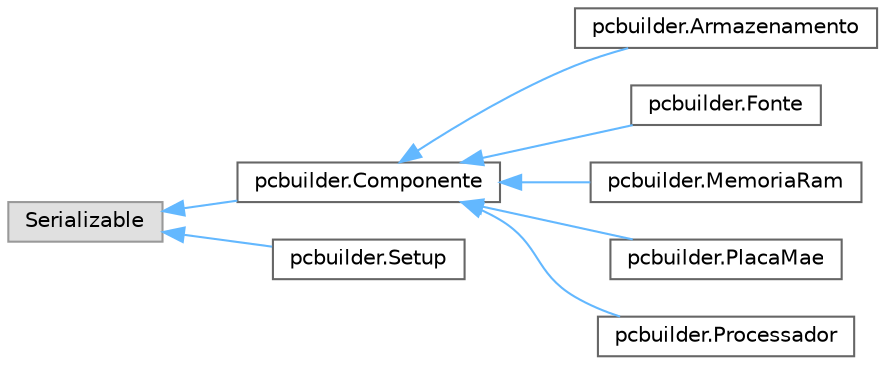
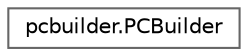
digraph "Graphical Class Hierarchy"
{
 // LATEX_PDF_SIZE
  bgcolor="transparent";
  edge [fontname=Helvetica,fontsize=10,labelfontname=Helvetica,labelfontsize=10];
  node [fontname=Helvetica,fontsize=10,shape=box,height=0.2,width=0.4];
  rankdir="LR";
-   Node0 [id="Node000000",label="Serializable",height=0.2,width=0.4,color="grey60", fillcolor="#E0E0E0", style="filled",tooltip=" "];
-   Node0 -> Node1 [id="edge8_Node000000_Node000001",dir="back",color="steelblue1",style="solid",tooltip=" "];
-   Node1 [id="Node000001",label="pcbuilder.Componente",height=0.2,width=0.4,color="grey40", fillcolor="white", style="filled",URL="$classpcbuilder_1_1Componente.html",tooltip="Classe abstrata base para todos os hardwares do sistema. Centraliza os atributos comuns como marca,..."];
-   Node1 -> Node2 [id="edge9_Node000001_Node000002",dir="back",color="steelblue1",style="solid",tooltip=" "];
-   Node2 [id="Node000002",label="pcbuilder.Armazenamento",height=0.2,width=0.4,color="grey40", fillcolor="white", style="filled",URL="$classpcbuilder_1_1Armazenamento.html",tooltip="Representa as unidades de armazenamento (SSD, NVMe, HDD)."];
-   Node1 -> Node3 [id="edge10_Node000001_Node000003",dir="back",color="steelblue1",style="solid",tooltip=" "];
-   Node3 [id="Node000003",label="pcbuilder.Fonte",height=0.2,width=0.4,color="grey40", fillcolor="white", style="filled",URL="$classpcbuilder_1_1Fonte.html",tooltip="Representa a Fonte de Alimentação (PSU). Fundamental para validar se a potência fornecida é maior que..."];
-   Node1 -> Node4 [id="edge11_Node000001_Node000004",dir="back",color="steelblue1",style="solid",tooltip=" "];
-   Node4 [id="Node000004",label="pcbuilder.MemoriaRam",height=0.2,width=0.4,color="grey40", fillcolor="white", style="filled",URL="$classpcbuilder_1_1MemoriaRam.html",tooltip="Representa um módulo de Memória RAM."];
-   Node1 -> Node5 [id="edge12_Node000001_Node000005",dir="back",color="steelblue1",style="solid",tooltip=" "];
-   Node5 [id="Node000005",label="pcbuilder.PlacaMae",height=0.2,width=0.4,color="grey40", fillcolor="white", style="filled",URL="$classpcbuilder_1_1PlacaMae.html",tooltip="Representa a placa-mãe do computador. Guarda as regras estruturais como Socket e Tipo de RAM que dita..."];
-   Node1 -> Node6 [id="edge13_Node000001_Node000006",dir="back",color="steelblue1",style="solid",tooltip=" "];
-   Node6 [id="Node000006",label="pcbuilder.Processador",height=0.2,width=0.4,color="grey40", fillcolor="white", style="filled",URL="$classpcbuilder_1_1Processador.html",tooltip="Representa o processador (CPU) do sistema. Extende a classe base Componente e adiciona característica..."];
-   Node0 -> Node7 [id="edge14_Node000000_Node000007",dir="back",color="steelblue1",style="solid",tooltip=" "];
-   Node7 [id="Node000007",label="pcbuilder.Setup",height=0.2,width=0.4,color="grey40", fillcolor="white", style="filled",URL="$classpcbuilder_1_1Setup.html",tooltip="Classe agregadora que representa um computador montado. Contém a lógica de negócios principal do simu..."];
+   Node0 [id="Node000000",label="pcbuilder.PCBuilder",height=0.2,width=0.4,color="grey40", fillcolor="white", style="filled",URL="$classpcbuilder_1_1PCBuilder.html",tooltip="Classe principal e ponto de entrada (Main) do Simulador PC Builder. Gerencia a execução do programa d..."];
}
